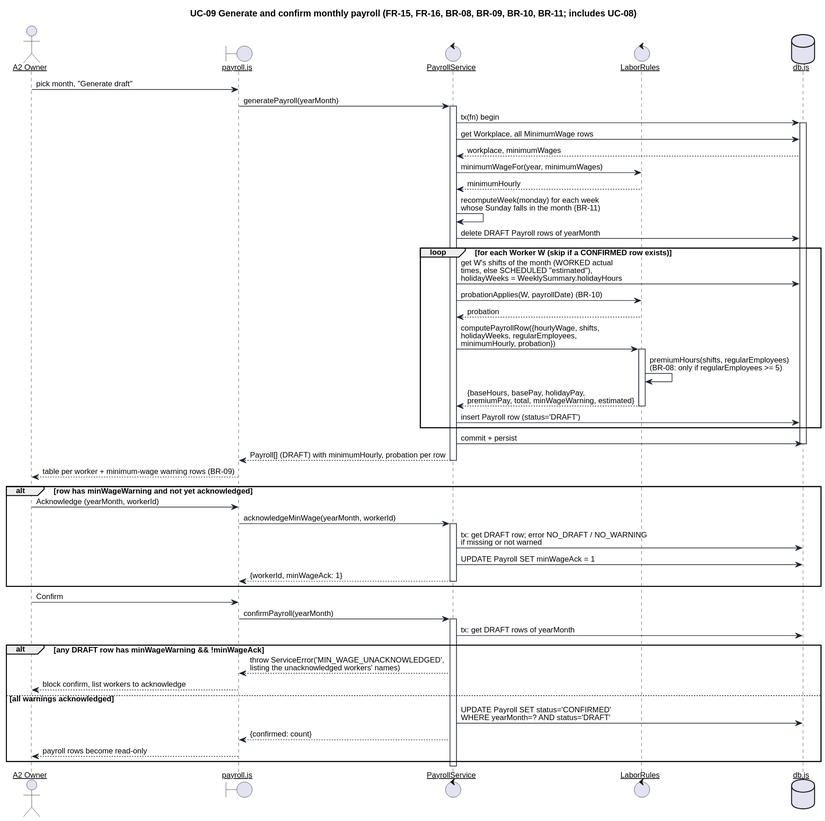
keemlogan/shiftswap keeps this PlantUML diagram as uml/seq-4-payroll.svg. Above is the earlier version.
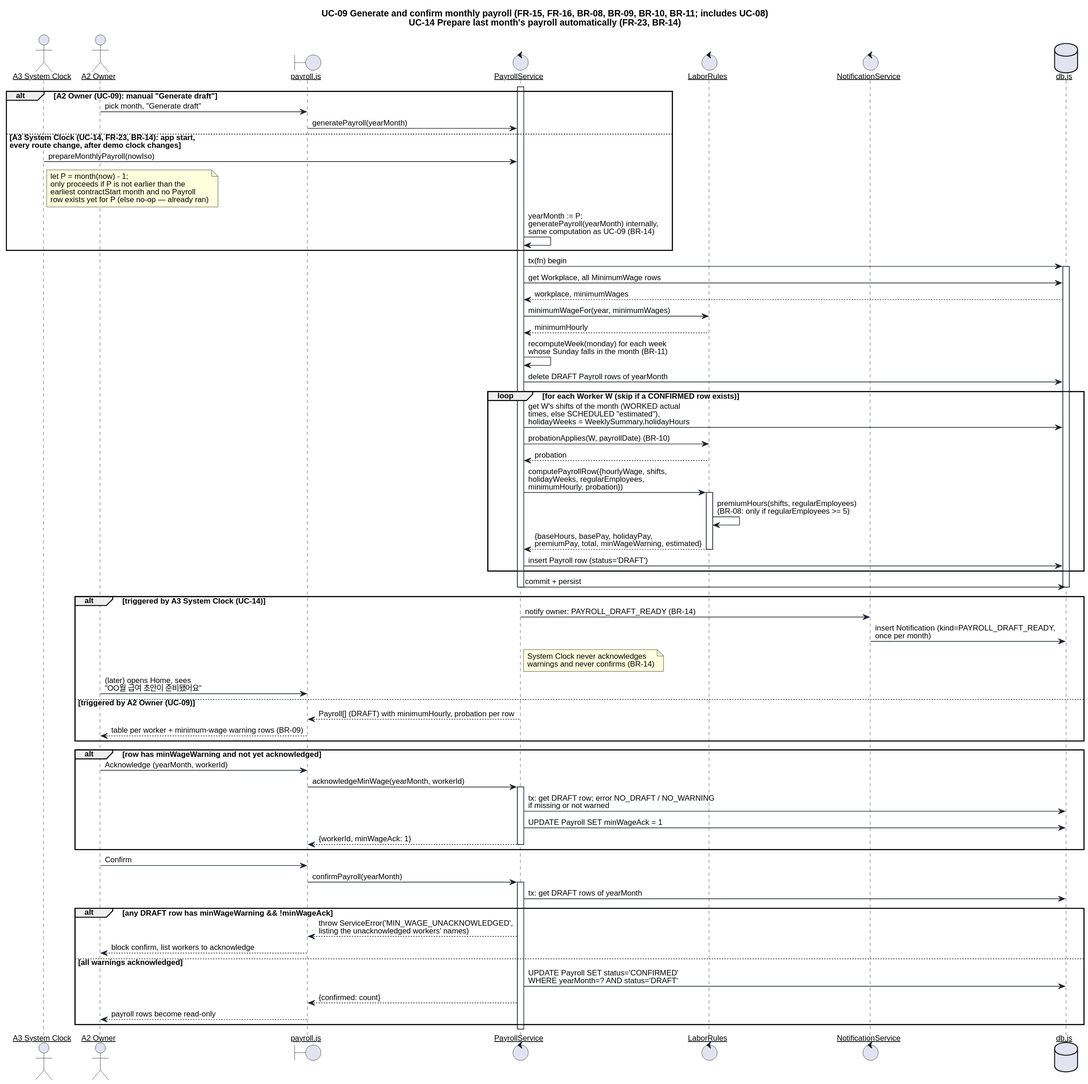
The same file after the commit.

Diff of the diagram source:
```diff
@@ -15,16 +15,25 @@
   BoxBorderColor #1C2230
 }
 
-title UC-09 Generate and confirm monthly payroll (FR-15, FR-16, BR-08, BR-09, BR-10, BR-11; includes UC-08)
+title UC-09 Generate and confirm monthly payroll (FR-15, FR-16, BR-08, BR-09, BR-10, BR-11; includes UC-08)\nUC-14 Prepare last month's payroll automatically (FR-23, BR-14)
 
+actor "A3 System Clock" as Clock
 actor "A2 Owner" as Owner
 boundary "payroll.js" as UI
 control "PayrollService" as Svc
 control "LaborRules" as Rules
+control "NotificationService" as Notif
 database "db.js" as DB
 
-Owner -> UI : pick month, "Generate draft"
-UI -> Svc : generatePayroll(yearMonth)
+alt A2 Owner (UC-09): manual "Generate draft"
+  Owner -> UI : pick month, "Generate draft"
+  UI -> Svc : generatePayroll(yearMonth)
+else A3 System Clock (UC-14, FR-23, BR-14): app start,\nevery route change, after demo clock changes
+  Clock -> Svc : prepareMonthlyPayroll(nowIso)
+  note right of Clock : let P = month(now) - 1;\nonly proceeds if P is not earlier than the\nearliest contractStart month and no Payroll\nrow exists yet for P (else no-op — already ran)
+  Svc -> Svc : yearMonth := P;\ngeneratePayroll(yearMonth) internally,\nsame computation as UC-09 (BR-14)
+end
+
 activate Svc
 Svc -> DB : tx(fn) begin
 activate DB
@@ -51,9 +60,17 @@
 
 Svc -> DB : commit + persist
 deactivate DB
-Svc --> UI : Payroll[] (DRAFT) with minimumHourly, probation per row
 deactivate Svc
-UI --> Owner : table per worker + minimum-wage warning rows (BR-09)
+
+alt triggered by A3 System Clock (UC-14)
+  Svc -> Notif : notify owner: PAYROLL_DRAFT_READY (BR-14)
+  Notif -> DB : insert Notification (kind=PAYROLL_DRAFT_READY,\nonce per month)
+  note right of Svc : System Clock never acknowledges\nwarnings and never confirms (BR-14)
+  Owner -> UI : (later) opens Home, sees\n"OO월 급여 초안이 준비됐어요"
+else triggered by A2 Owner (UC-09)
+  Svc --> UI : Payroll[] (DRAFT) with minimumHourly, probation per row
+  UI --> Owner : table per worker + minimum-wage warning rows (BR-09)
+end
 
 alt row has minWageWarning and not yet acknowledged
   Owner -> UI : Acknowledge (yearMonth, workerId)
```
